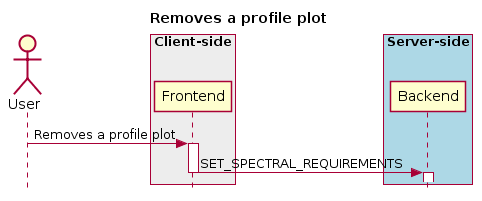
The PlantUML diagram docs/images/image3.png in CARTAvis/carta-protobuf, before a commit.
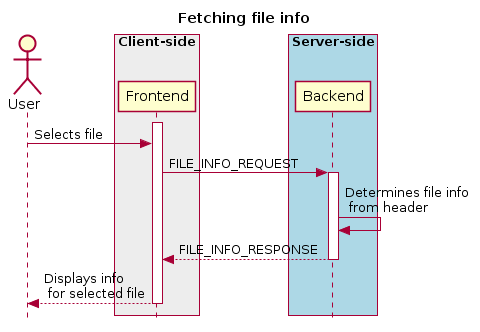
Above is the later version.

Change to the diagram source:
```diff
@@ -1,20 +1,23 @@
 @startuml
 skinparam style strictuml
 hide footbox
-title Removes a profile plot
+title Fetching file info
 
 actor User
-box "Client-side" #EDEDED
-        participant Frontend
+box "Client-side"  #EDEDED
+participant Frontend
 end box
 
 box "Server-side" #lightblue
-	participant Backend
+participant Backend
 end box
-User -> Frontend: Removes a profile plot
 activate Frontend
-Frontend -> Backend : SET_SPECTRAL_REQUIREMENTS
+User -> Frontend : Selects file
+Frontend -> Backend : FILE_INFO_REQUEST
+activate Backend
+Backend -> Backend : Determines file info\n from header
+Frontend <-- Backend : FILE_INFO_RESPONSE
+deactivate Backend
+User <-- Frontend : Displays info\n for selected file
 deactivate Frontend
-activate Backend
-deactivate Backend
 @enduml
```
